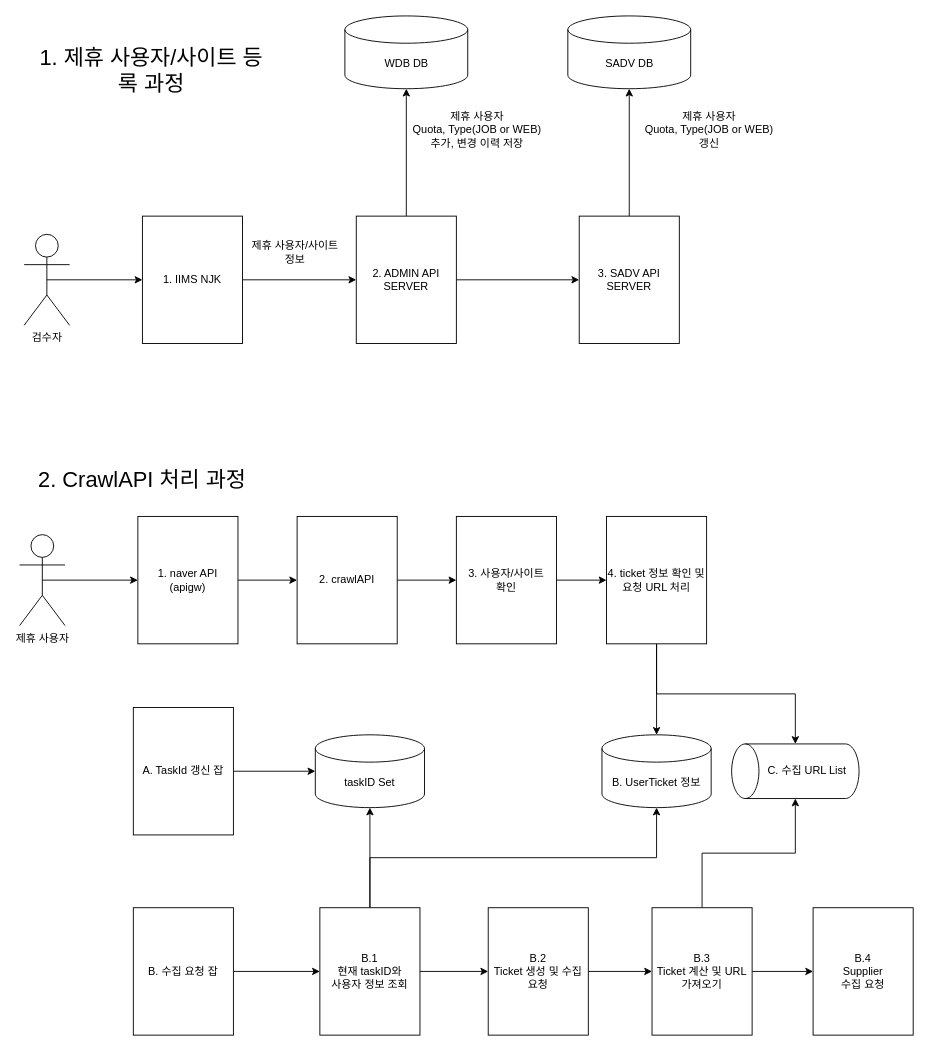
Above: crawlapi_process.drawio in hwan2v/archive (draw.io), before the change. Source tidied: cells renumbered, new cells numbered last; positions are measured from the earlier drawing's top-left corner, leaving out a move shared by most shapes. Both pictures are drawn from the tidied source at 91%, with x=0, y=0 at pixel (19, 15).
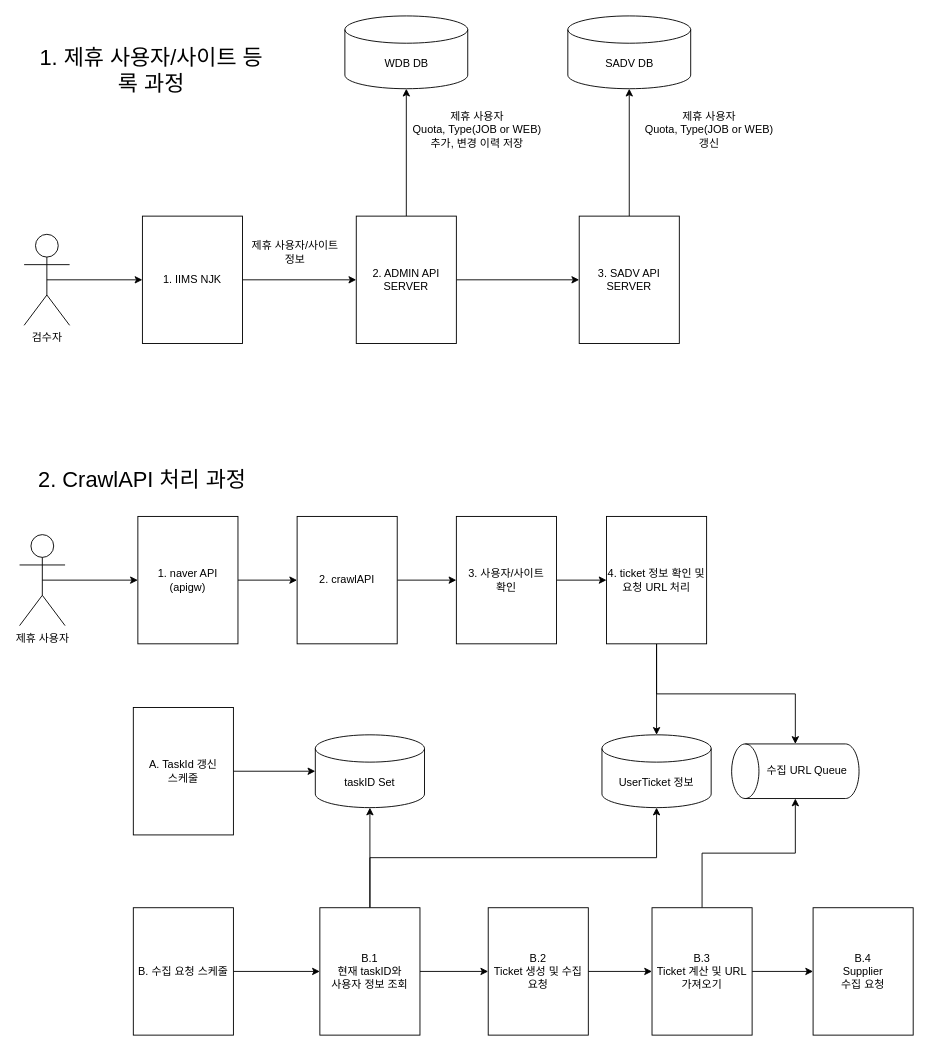
The same page after the edit.

The edit, as a diff of the source:
```diff
@@
-    <mxCell id="4" value="C. 수집 URL List" style="shape=cylinder3;whiteSpace=wrap;html=1;boundedLbl=1;backgroundOutline=1;size=15;direction=north;" parent="1" vertex="1">
+    <mxCell id="4" value="수집 URL Queue" style="shape=cylinder3;whiteSpace=wrap;html=1;boundedLbl=1;backgroundOutline=1;size=15;direction=north;" parent="1" vertex="1">
       <mxGeometry x="782.5" y="800" width="140" height="60" as="geometry" />
     </mxCell>
@@
-    <mxCell id="6" value="A. TaskId 갱신 잡" style="rounded=0;whiteSpace=wrap;html=1;" parent="1" vertex="1">
+    <mxCell id="6" value="A. TaskId 갱신 &lt;br&gt;스케줄" style="rounded=0;whiteSpace=wrap;html=1;" parent="1" vertex="1">
       <mxGeometry x="125" y="760" width="110" height="140" as="geometry" />
     </mxCell>
@@
-    <mxCell id="8" value="B. 수집 요청 잡" style="rounded=0;whiteSpace=wrap;html=1;" parent="1" vertex="1">
+    <mxCell id="8" value="B. 수집 요청 스케줄" style="rounded=0;whiteSpace=wrap;html=1;" parent="1" vertex="1">
       <mxGeometry x="125" y="980" width="110" height="140" as="geometry" />
     </mxCell>
@@
-    <mxCell id="24" value="B. UserTicket 정보" style="shape=cylinder3;whiteSpace=wrap;html=1;boundedLbl=1;backgroundOutline=1;size=15;" parent="1" vertex="1">
+    <mxCell id="24" value="UserTicket 정보" style="shape=cylinder3;whiteSpace=wrap;html=1;boundedLbl=1;backgroundOutline=1;size=15;" parent="1" vertex="1">
       <mxGeometry x="640" y="790" width="120" height="80" as="geometry" />
     </mxCell>
```
